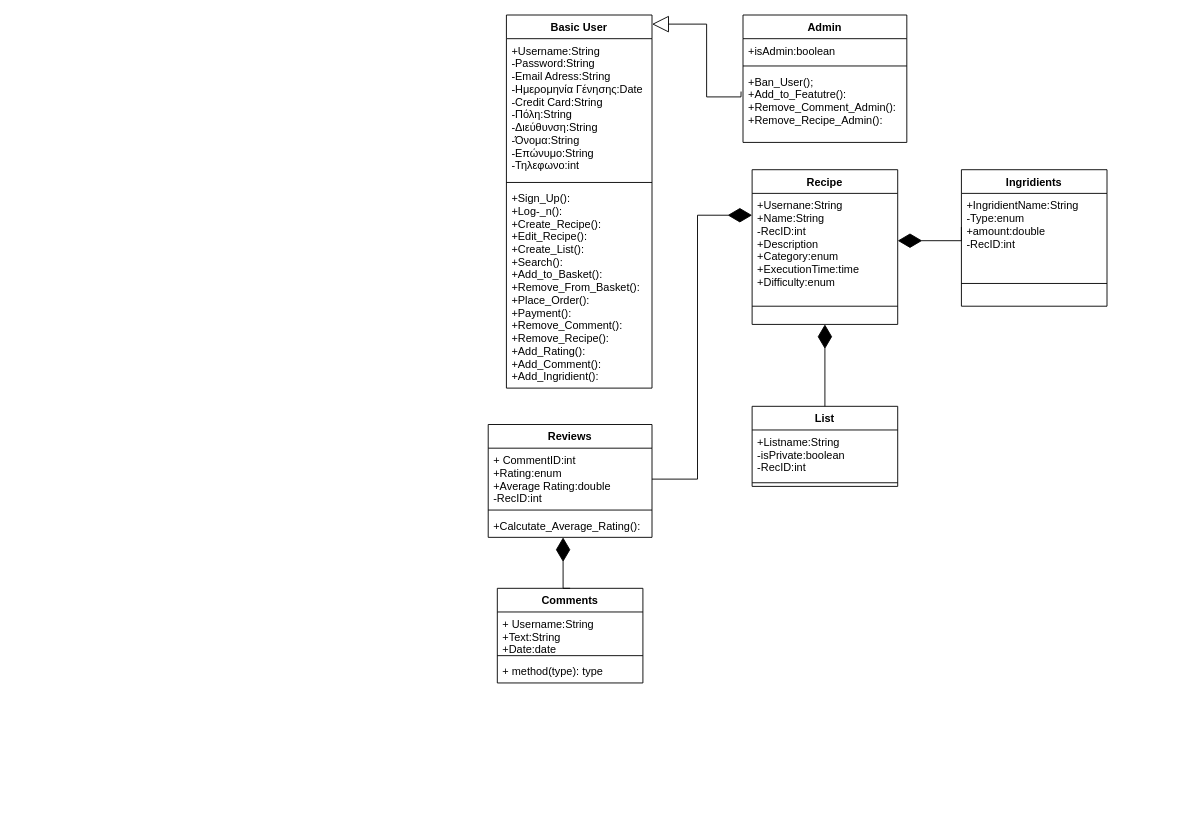
NKapetanidis/TexnologiaLogismikou keeps this draw.io diagram as Αναφορές/4o Παραδοτέο TΛ/Domain-model-v0.3.drawio. Above is the earlier version. Source tidied: cells renumbered, new cells numbered last; positions are measured from the earlier drawing's top-left corner, leaving out a move shared by most shapes. Both pictures are drawn from the tidied source at 91%, with x=0, y=0 at pixel (488, 15).
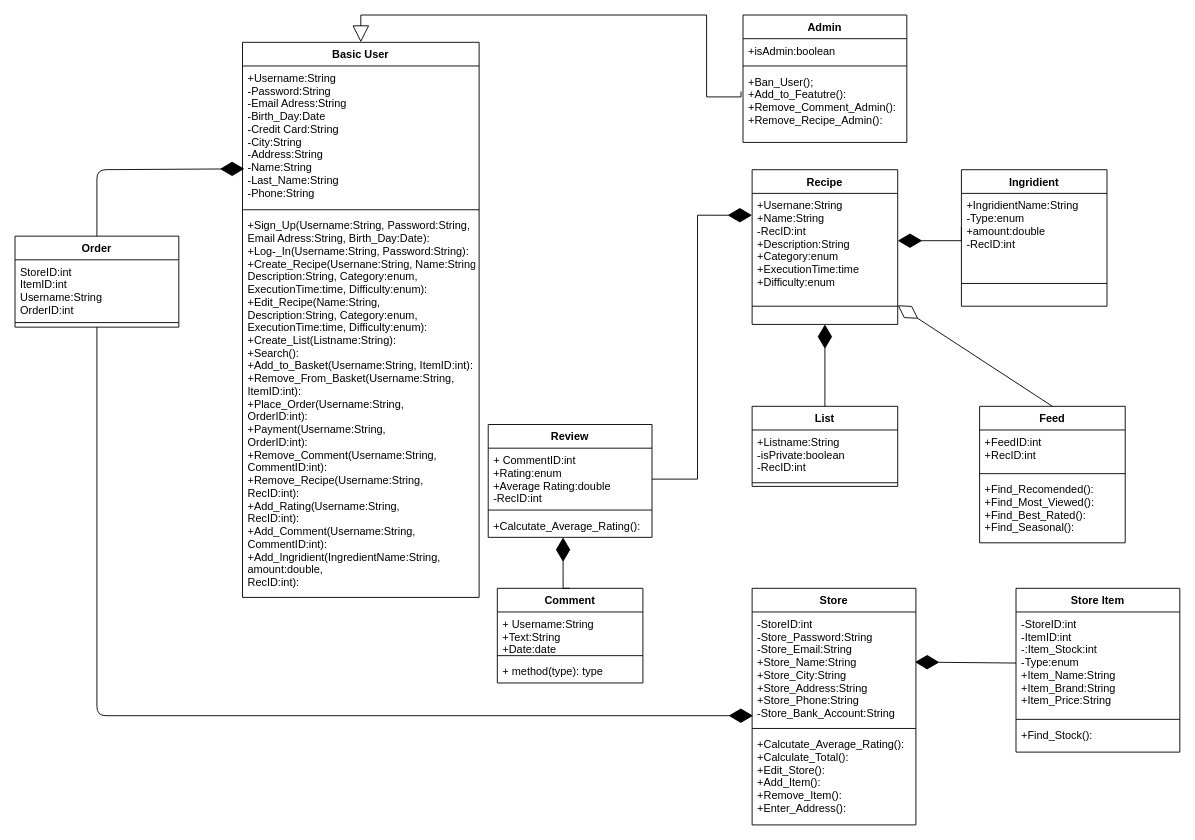
The same page after the edit.

Commit message:
Updated Domain Model

Unchanged cells that the change refers to:
```xml
<mxCell id="9" value="+Ban_User();&#10;+Add_to_Featutre():&#10;+Remove_Comment_Admin():&#10;+Remove_Recipe_Admin():" style="text;strokeColor=none;fillColor=none;align=left;verticalAlign=top;spacingLeft=4;spacingRight=4;overflow=hidden;points=[[0,0.5],[1,0.5]];portConstraint=eastwest;" parent="6" vertex="1">
  <mxGeometry y="60" width="180" height="80" as="geometry" />
</mxCell>
<mxCell id="11" value="Recipe" style="swimlane;fontStyle=1;align=center;verticalAlign=top;horizontal=1;startSize=26;" parent="1" vertex="1">
  <mxGeometry x="290" y="170" width="160" height="170" as="geometry" />
</mxCell>
<mxCell id="13" style="line;strokeWidth=1;fillColor=none;align=left;verticalAlign=middle;spacingTop=-1;spacingLeft=3;spacingRight=3;labelPosition=right;points=[];portConstraint=eastwest;" parent="11" vertex="1">
  <mxGeometry y="130" width="160" height="40" as="geometry" />
</mxCell>
```

What changed in the source:
```diff
@@
     <mxCell id="2" value="Basic User" style="swimlane;fontStyle=1;align=center;verticalAlign=top;horizontal=1;startSize=26;" parent="1" vertex="1">
-      <mxGeometry x="20" width="160" height="410" as="geometry" />
+      <mxGeometry x="-270" y="30" width="260" height="610" as="geometry" />
     </mxCell>
-    <mxCell id="3" value="+Username:String &#10;-Password:String&#10;-Email Adress:String&#10;-Ημερομηνία Γένησης:Date&#10;-Credit Card:String&#10;-Πόλη:String&#10;-Διεύθυνση:String&#10;-Όνομα:String&#10;-Επώνυμο:String&#10;-Τηλεφωνο:int" style="text;strokeColor=none;fillColor=none;align=left;verticalAlign=top;spacingLeft=4;spacingRight=4;overflow=hidden;points=[[0,0.5],[1,0.5]];portConstraint=eastwest;" parent="2" vertex="1">
-      <mxGeometry y="26" width="160" height="154" as="geometry" />
+    <mxCell id="3" value="+Username:String &#10;-Password:String&#10;-Email Adress:String&#10;-Birth_Day:Date&#10;-Credit Card:String&#10;-City:String&#10;-Address:String&#10;-Name:String&#10;-Last_Name:String&#10;-Phone:String" style="text;strokeColor=none;fillColor=none;align=left;verticalAlign=top;spacingLeft=4;spacingRight=4;overflow=hidden;points=[[0,0.5],[1,0.5]];portConstraint=eastwest;" parent="2" vertex="1">
+      <mxGeometry y="26" width="260" height="154" as="geometry" />
     </mxCell>
     <mxCell id="4" style="line;strokeWidth=1;fillColor=none;align=left;verticalAlign=middle;spacingTop=-1;spacingLeft=3;spacingRight=3;labelPosition=right;" parent="2" vertex="1">
-      <mxGeometry y="180" width="160" height="8" as="geometry" />
+      <mxGeometry y="180" width="260" height="8" as="geometry" />
     </mxCell>
-    <mxCell id="5" value="+Sign_Up():&#10;+Log-_n():&#10;+Create_Recipe(): &#10;+Edit_Recipe():&#10;+Create_List():&#10;+Search():&#10;+Add_to_Basket():&#10;+Remove_From_Basket():&#10;+Place_Order():&#10;+Payment():&#10;+Remove_Comment():&#10;+Remove_Recipe():&#10;+Add_Rating():&#10;+Add_Comment():&#10;+Add_Ingridient():" style="text;strokeColor=none;fillColor=none;align=left;verticalAlign=top;spacingLeft=4;spacingRight=4;overflow=hidden;" parent="2" vertex="1">
-      <mxGeometry y="188" width="160" height="222" as="geometry" />
+    <mxCell id="5" value="+Sign_Up(Username:String, Password:String, &#10;Email Adress:String, Birth_Day:Date):&#10;+Log-_In(Username:String, Password:String):&#10;+Create_Recipe(Usernane:String, Name:String, &#10;Description:String, Category:enum,&#10;ExecutionTime:time, Difficulty:enum): &#10;+Edit_Recipe(Name:String,&#10;Description:String, Category:enum,&#10;ExecutionTime:time, Difficulty:enum):&#10;+Create_List(Listname:String):&#10;+Search():&#10;+Add_to_Basket(Username:String, ItemID:int):&#10;+Remove_From_Basket(Username:String,&#10;ItemID:int):&#10;+Place_Order(Username:String,&#10;OrderID:int):&#10;+Payment(Username:String,&#10;OrderID:int):&#10;+Remove_Comment(Username:String,&#10;CommentID:int):&#10;+Remove_Recipe(Username:String,&#10;RecID:int):&#10;+Add_Rating(Username:String,&#10;RecID:int):&#10;+Add_Comment(Username:String,&#10;CommentID:int):&#10;+Add_Ingridient(IngredientName:String, &#10;amount:double,&#10;RecID:int):" style="text;strokeColor=none;fillColor=none;align=left;verticalAlign=top;spacingLeft=4;spacingRight=4;overflow=hidden;" parent="2" vertex="1">
+      <mxGeometry y="188" width="260" height="422" as="geometry" />
     </mxCell>
@@
     <mxCell id="10" style="endArrow=block;endSize=16;endFill=0;html=1;rounded=0;edgeStyle=orthogonalEdgeStyle;exitX=-0.012;exitY=0.301;exitDx=0;exitDy=0;exitPerimeter=0;" parent="1" edge="1" source="9" target="2">
       <mxGeometry relative="1" as="geometry">
         <Array as="points">
           <mxPoint x="278" y="90" />
           <mxPoint x="240" y="90" />
-          <mxPoint x="240" y="10" />
+          <mxPoint x="240" />
+          <mxPoint x="-140" />
         </Array>
       </mxGeometry>
     </mxCell>
@@
-    <mxCell id="12" value="+Usernane:String&#10;+Name:String&#10;-RecID:int&#10;+Description&#10;+Category:enum&#10;+ExecutionTime:time&#10;+Difficulty:enum" style="text;strokeColor=none;fillColor=none;align=left;verticalAlign=top;spacingLeft=4;spacingRight=4;overflow=hidden;points=[[0,0.5],[1,0.5]];portConstraint=eastwest;" parent="11" vertex="1">
+    <mxCell id="12" value="+Usernane:String&#10;+Name:String&#10;-RecID:int&#10;+Description:String&#10;+Category:enum&#10;+ExecutionTime:time&#10;+Difficulty:enum" style="text;strokeColor=none;fillColor=none;align=left;verticalAlign=top;spacingLeft=4;spacingRight=4;overflow=hidden;points=[[0,0.5],[1,0.5]];portConstraint=eastwest;" parent="11" vertex="1">
       <mxGeometry y="26" width="160" height="104" as="geometry" />
     </mxCell>
@@
-    <mxCell id="14" value="Ingridients" style="swimlane;fontStyle=1;align=center;verticalAlign=top;horizontal=1;startSize=26;" parent="1" vertex="1">
+    <mxCell id="14" value="Ingridient" style="swimlane;fontStyle=1;align=center;verticalAlign=top;horizontal=1;startSize=26;" parent="1" vertex="1">
       <mxGeometry x="520" y="170" width="160" height="150" as="geometry" />
     </mxCell>
@@
-    <mxCell id="22" value="Reviews" style="swimlane;fontStyle=1;align=center;verticalAlign=top;horizontal=1;startSize=26;" parent="1" vertex="1">
+    <mxCell id="22" value="Review" style="swimlane;fontStyle=1;align=center;verticalAlign=top;horizontal=1;startSize=26;" parent="1" vertex="1">
       <mxGeometry y="450" width="180" height="124" as="geometry" />
     </mxCell>
@@
-    <mxCell id="26" value="Comments" style="swimlane;fontStyle=1;align=center;verticalAlign=top;horizontal=1;startSize=26;" parent="1" vertex="1">
+    <mxCell id="26" value="Comment" style="swimlane;fontStyle=1;align=center;verticalAlign=top;horizontal=1;startSize=26;" parent="1" vertex="1">
       <mxGeometry x="10" y="630" width="160" height="104" as="geometry" />
     </mxCell>
@@
+    <mxCell id="32" value="Feed" style="swimlane;fontStyle=1;align=center;verticalAlign=top;horizontal=1;startSize=26;" parent="1" vertex="1">
+      <mxGeometry x="540" y="430" width="160" height="150" as="geometry" />
+    </mxCell>
+    <mxCell id="33" value="+FeedID:int&#10;+RecID:int" style="text;strokeColor=none;fillColor=none;align=left;verticalAlign=top;spacingLeft=4;spacingRight=4;overflow=hidden;" parent="32" vertex="1">
+      <mxGeometry y="26" width="160" height="44" as="geometry" />
+    </mxCell>
+    <mxCell id="34" style="line;strokeWidth=1;fillColor=none;align=left;verticalAlign=middle;spacingTop=-1;spacingLeft=3;spacingRight=3;labelPosition=right;" parent="32" vertex="1">
+      <mxGeometry y="70" width="160" height="8" as="geometry" />
+    </mxCell>
+    <mxCell id="35" value="+Find_Recomended():&#10;+Find_Most_Viewed():&#10;+Find_Best_Rated():&#10;+Find_Seasonal():" style="text;strokeColor=none;fillColor=none;align=left;verticalAlign=top;spacingLeft=4;spacingRight=4;overflow=hidden;" parent="32" vertex="1">
+      <mxGeometry y="78" width="160" height="72" as="geometry" />
+    </mxCell>
+    <mxCell id="36" style="endArrow=diamondThin;endFill=0;endSize=24;html=1;entryX=1;entryY=0.475;entryDx=0;entryDy=0;exitX=0.5;exitY=0;exitDx=0;exitDy=0;entryPerimeter=0;" parent="1" edge="1" source="32" target="13">
+      <mxGeometry relative="1" as="geometry" />
+    </mxCell>
+    <mxCell id="37" value="Store" style="swimlane;fontStyle=1;align=center;verticalAlign=top;horizontal=1;startSize=26;" parent="1" vertex="1">
+      <mxGeometry x="290" y="630" width="180" height="260" as="geometry" />
+    </mxCell>
+    <mxCell id="38" value="-StoreID:int&#10;-Store_Password:String&#10;-Store_Email:String&#10;+Store_Name:String&#10;+Store_City:String&#10;+Store_Address:String&#10;+Store_Phone:String&#10;-Store_Bank_Account:String" style="text;strokeColor=none;fillColor=none;align=left;verticalAlign=top;spacingLeft=4;spacingRight=4;overflow=hidden;points=[[0,0.5],[1,0.5]];portConstraint=eastwest;" parent="37" vertex="1">
+      <mxGeometry y="26" width="180" height="124" as="geometry" />
+    </mxCell>
+    <mxCell id="39" style="line;strokeWidth=1;fillColor=none;align=left;verticalAlign=middle;spacingTop=-1;spacingLeft=3;spacingRight=3;labelPosition=right;" parent="37" vertex="1">
+      <mxGeometry y="150" width="180" height="8" as="geometry" />
+    </mxCell>
+    <mxCell id="40" value="+Calcutate_Average_Rating():&#10;+Calculate_Total():&#10;+Edit_Store():&#10;+Add_Item():&#10;+Remove_Item():&#10;+Enter_Address():&#10;" style="text;strokeColor=none;fillColor=none;align=left;verticalAlign=top;spacingLeft=4;spacingRight=4;overflow=hidden;" parent="37" vertex="1">
+      <mxGeometry y="158" width="180" height="102" as="geometry" />
+    </mxCell>
+    <mxCell id="41" value="Store Item" style="swimlane;fontStyle=1;align=center;verticalAlign=top;horizontal=1;startSize=26;" parent="1" vertex="1">
+      <mxGeometry x="580" y="630" width="180" height="180" as="geometry" />
+    </mxCell>
+    <mxCell id="42" value="-StoreID:int&#10;-ItemID:int&#10;-:Item_Stock:int&#10;-Type:enum&#10;+Item_Name:String&#10;+Item_Brand:String&#10;+Item_Price:String" style="text;strokeColor=none;fillColor=none;align=left;verticalAlign=top;spacingLeft=4;spacingRight=4;overflow=hidden;points=[[0,0.5],[1,0.5]];portConstraint=eastwest;" parent="41" vertex="1">
+      <mxGeometry y="26" width="180" height="114" as="geometry" />
+    </mxCell>
+    <mxCell id="43" style="line;strokeWidth=1;fillColor=none;align=left;verticalAlign=middle;spacingTop=-1;spacingLeft=3;spacingRight=3;labelPosition=right;" parent="41" vertex="1">
+      <mxGeometry y="140" width="180" height="8" as="geometry" />
+    </mxCell>
+    <mxCell id="44" value="+Find_Stock():&#10;" style="text;strokeColor=none;fillColor=none;align=left;verticalAlign=top;spacingLeft=4;spacingRight=4;overflow=hidden;" parent="41" vertex="1">
+      <mxGeometry y="148" width="180" height="32" as="geometry" />
+    </mxCell>
+    <mxCell id="45" style="endArrow=diamondThin;endFill=1;endSize=24;html=1;entryX=0.994;entryY=0.444;entryDx=0;entryDy=0;entryPerimeter=0;" parent="1" edge="1" source="42" target="38">
+      <mxGeometry relative="1" as="geometry" />
+    </mxCell>
+    <mxCell id="46" value="Order" style="swimlane;fontStyle=1;align=center;verticalAlign=top;horizontal=1;startSize=26;" parent="1" vertex="1">
+      <mxGeometry x="-520" y="243" width="180" height="100" as="geometry" />
+    </mxCell>
+    <mxCell id="47" value="StoreID:int&#10;ItemID:int&#10;Username:String&#10;OrderID:int" style="text;strokeColor=none;fillColor=none;align=left;verticalAlign=top;spacingLeft=4;spacingRight=4;overflow=hidden;" parent="46" vertex="1">
+      <mxGeometry y="26" width="180" height="64" as="geometry" />
+    </mxCell>
+    <mxCell id="48" style="line;strokeWidth=1;fillColor=none;align=left;verticalAlign=middle;spacingTop=-1;spacingLeft=3;spacingRight=3;labelPosition=right;" parent="46" vertex="1">
+      <mxGeometry y="90" width="180" height="10" as="geometry" />
+    </mxCell>
+    <mxCell id="49" style="endArrow=diamondThin;endFill=1;endSize=24;html=1;exitX=0.5;exitY=0;exitDx=0;exitDy=0;edgeStyle=orthogonalEdgeStyle;entryX=0.008;entryY=0.734;entryDx=0;entryDy=0;entryPerimeter=0;" parent="1" edge="1" source="46" target="3">
+      <mxGeometry relative="1" as="geometry">
+        <Array as="points">
+          <mxPoint x="-430" y="170" />
+        </Array>
+      </mxGeometry>
+    </mxCell>
+    <mxCell id="50" style="endArrow=diamondThin;endFill=1;endSize=24;html=1;exitX=0.5;exitY=1;exitDx=0;exitDy=0;entryX=0.006;entryY=0.919;entryDx=0;entryDy=0;entryPerimeter=0;edgeStyle=elbowEdgeStyle;elbow=vertical;" parent="1" edge="1" source="46" target="38">
+      <mxGeometry relative="1" as="geometry">
+        <Array as="points">
+          <mxPoint x="-60" y="770" />
+        </Array>
+      </mxGeometry>
+    </mxCell>
```
